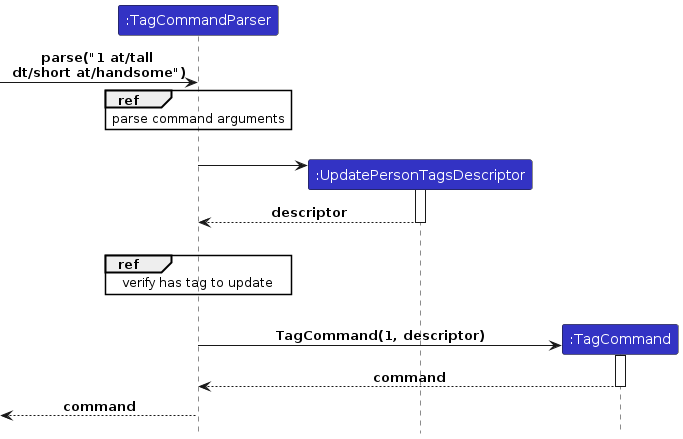
The PlantUML diagram diagrams/tag-feature/ParseSequenceDiagram.png in yucongkoo/tp, before a commit. Its source is kept beside it as diagrams/tag-feature/ParseSequenceDiagram.puml.
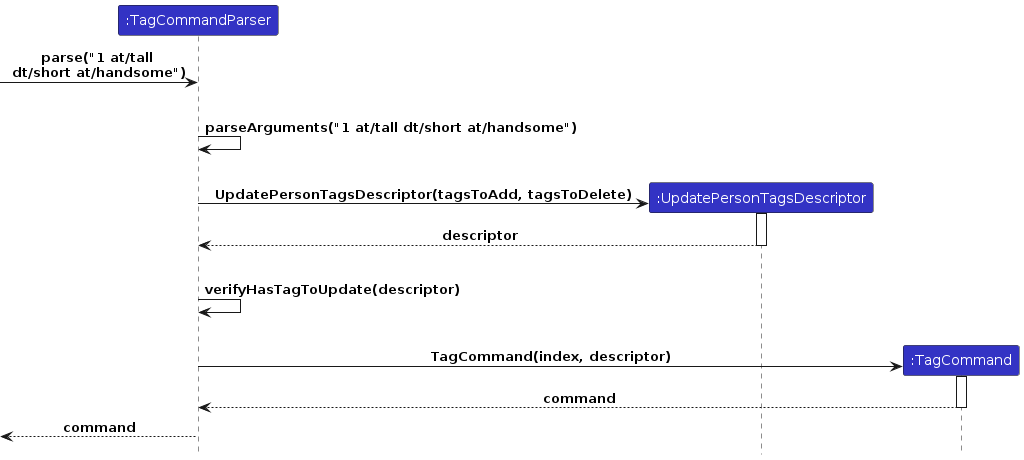
Later version of the same file.

Change to the diagram source:
```diff
@@ -7,17 +7,25 @@
 participant ":TagCommand" as TagCommand LOGIC_COLOR
 
 [-> TagCommandParser : parse("1 at/tall \ndt/short at/handsome")
-ref over TagCommandParser: parse command arguments
+
 |||
+
+TagCommandParser -> TagCommandParser: parseArguments("1 at/tall dt/short at/handsome")
+
+|||
+
 create UpdatePersonTagsDescriptor
-TagCommandParser -> UpdatePersonTagsDescriptor
+TagCommandParser -> UpdatePersonTagsDescriptor: UpdatePersonTagsDescriptor(tagsToAdd, tagsToDelete)
 activate UpdatePersonTagsDescriptor
 return descriptor
+
 |||
-ref over TagCommandParser: verify has tag to update
+
+TagCommandParser -> TagCommandParser: verifyHasTagToUpdate(descriptor)
+
 |||
 create TagCommand
-    TagCommandParser -> TagCommand: TagCommand(1, descriptor)
+    TagCommandParser -> TagCommand: TagCommand(index, descriptor)
     activate TagCommand
     return command
     [<--TagCommandParser : command
```
